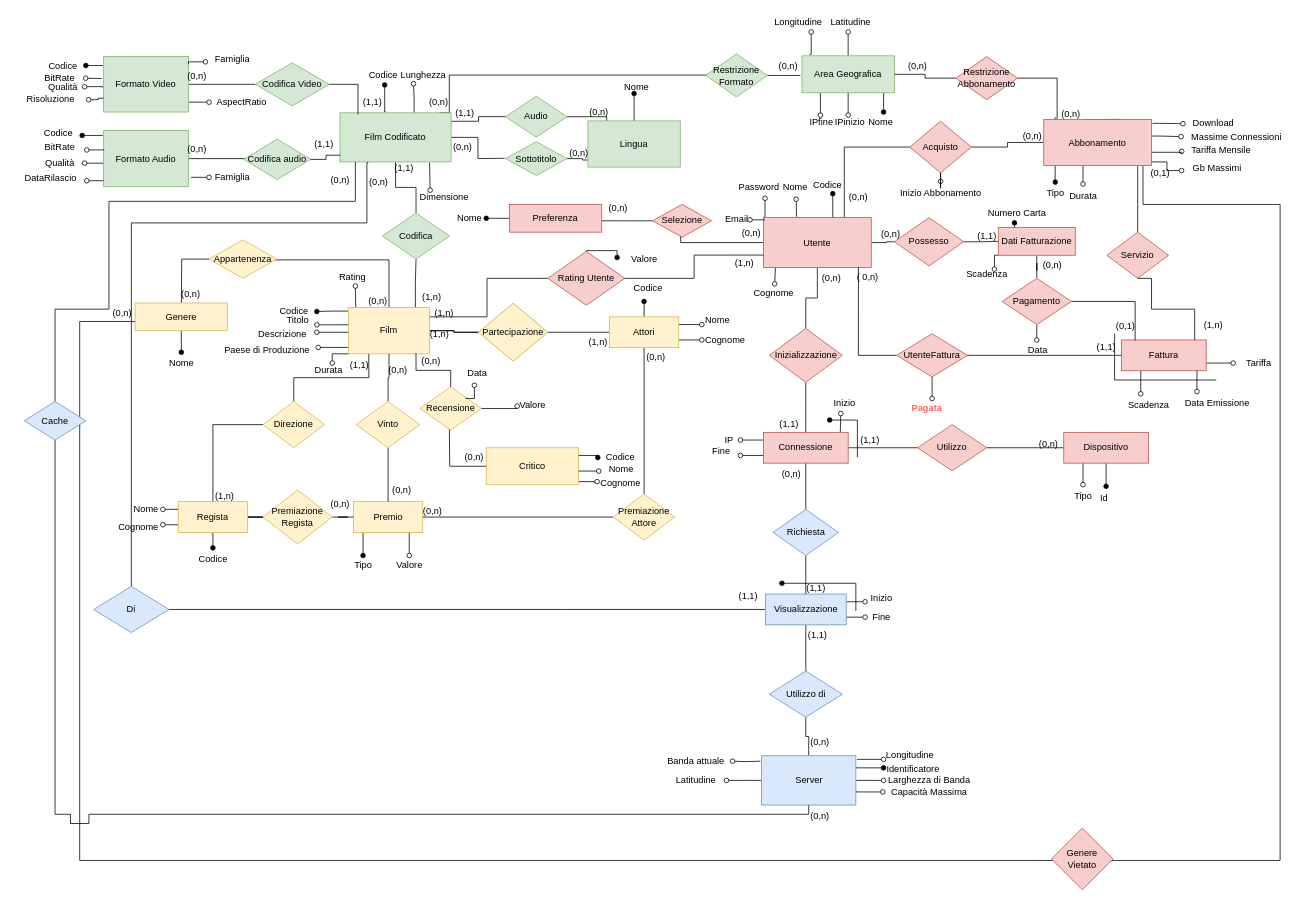
The draw.io diagram ER ristrutturato final(2).drawio in LGranucci/FilmSphere, before the edit. Source tidied: cells renumbered, new cells numbered last; positions are measured from the earlier drawing's top-left corner, leaving out a move shared by most shapes. Both pictures are drawn from the tidied source at 77%, with x=0, y=0 at pixel (13, 13).
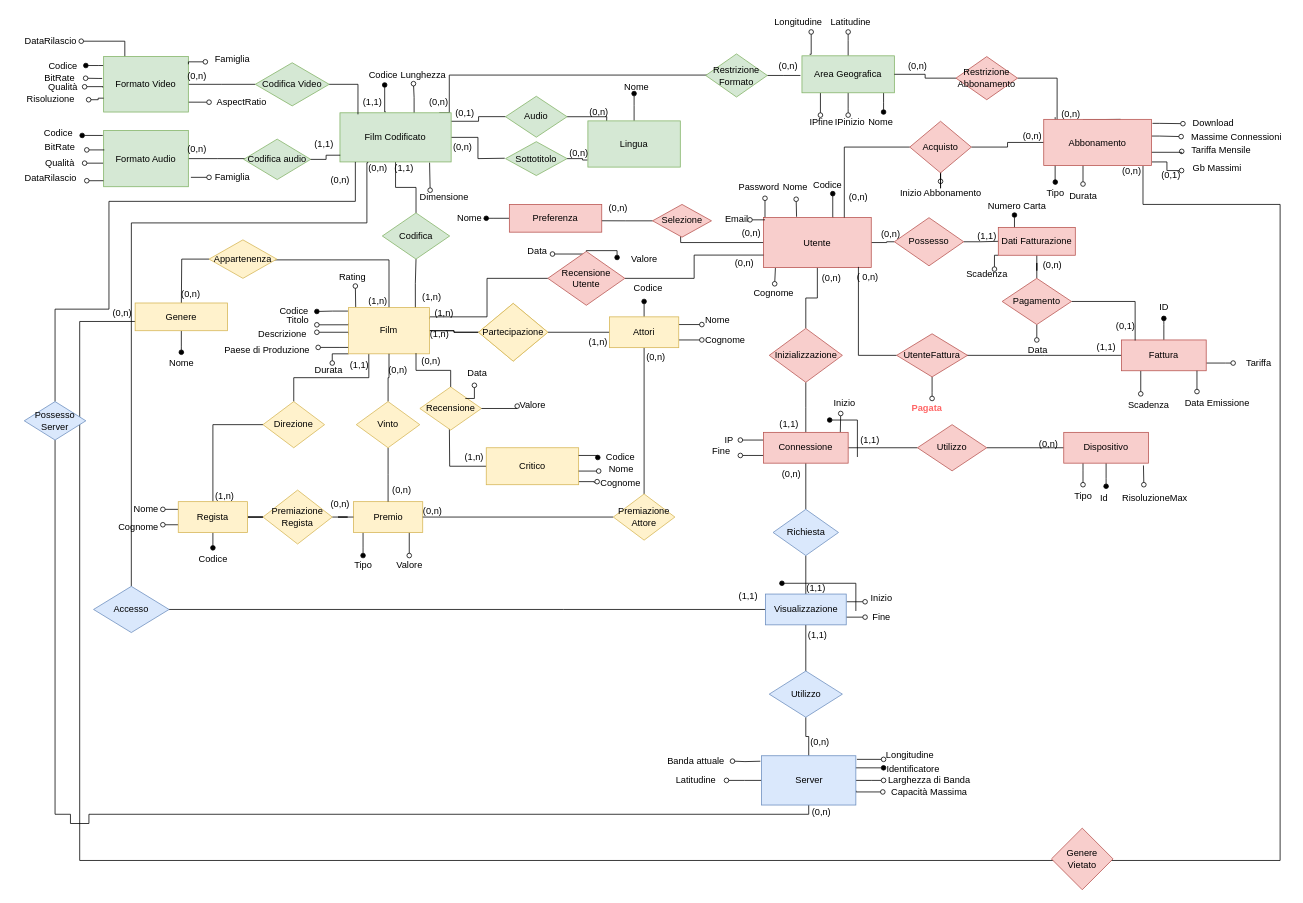
After the change.

Commit message (it also covers changes not shown here):
Few fixes around

The change refers to these unchanged cells:
```xml
<mxCell id="58" value="Formato Video" style="rounded=0;whiteSpace=wrap;html=1;fillColor=#d5e8d4;strokeColor=#82b366;" parent="1" vertex="1">
  <mxGeometry x="117.1" y="56" width="110" height="72" as="geometry" />
</mxCell>
<mxCell id="80" value="Abbonamento" style="rounded=0;whiteSpace=wrap;html=1;fillColor=#f8cecc;strokeColor=#b85450;" parent="1" vertex="1">
  <mxGeometry x="1338" y="137.5" width="140" height="60" as="geometry" />
</mxCell>
<mxCell id="92" value="Fattura" style="rounded=0;whiteSpace=wrap;html=1;fillColor=#f8cecc;strokeColor=#b85450;" parent="1" vertex="1">
  <mxGeometry x="1439" y="424" width="110" height="40" as="geometry" />
</mxCell>
<mxCell id="108" value="Dispositivo" style="rounded=0;whiteSpace=wrap;html=1;fillColor=#f8cecc;strokeColor=#b85450;" parent="1" vertex="1">
  <mxGeometry x="1364" y="544" width="110" height="40" as="geometry" />
</mxCell>
```

Change to the diagram source:
```diff
@@
+    <mxCell id="313" style="edgeStyle=orthogonalEdgeStyle;rounded=0;jettySize=auto;html=1;exitX=0.25;exitY=0;exitDx=0;exitDy=0;endArrow=oval;endFill=0;" parent="1" edge="1" source="58">
+      <mxGeometry relative="1" as="geometry">
+        <mxPoint x="88" y="36" as="targetPoint" />
+        <Array as="points">
+          <mxPoint x="145" y="36" />
+        </Array>
+      </mxGeometry>
+    </mxCell>
@@
+    <mxCell id="314" style="edgeStyle=orthogonalEdgeStyle;rounded=0;jettySize=auto;html=1;exitX=0.454;exitY=0.049;exitDx=0;exitDy=0;exitPerimeter=0;endArrow=oval;endFill=0;" parent="1" edge="1" source="69">
+      <mxGeometry relative="1" as="geometry">
+        <mxPoint x="700" y="312" as="targetPoint" />
+      </mxGeometry>
+    </mxCell>
-    <mxCell id="69" value="Rating Utente" style="rhombus;whiteSpace=wrap;html=1;fillColor=#f8cecc;strokeColor=#b85450;" parent="1" vertex="1">
+    <mxCell id="69" value="Recensione Utente" style="rhombus;whiteSpace=wrap;html=1;fillColor=#f8cecc;strokeColor=#b85450;" parent="1" vertex="1">
       <mxGeometry x="694" y="309" width="100" height="70" as="geometry" />
     </mxCell>
@@
-    <mxCell id="78" style="edgeStyle=orthogonalEdgeStyle;rounded=0;jettySize=auto;html=1;entryX=0.5;entryY=0;entryDx=0;entryDy=0;endArrow=none;endFill=0;" parent="1" edge="1" source="80" target="291">
-      <mxGeometry relative="1" as="geometry">
-        <Array as="points">
-          <mxPoint x="1460" y="224" />
-          <mxPoint x="1460" y="224" />
-        </Array>
-      </mxGeometry>
-    </mxCell>
@@
+    <mxCell id="315" style="edgeStyle=orthogonalEdgeStyle;rounded=0;jettySize=auto;html=1;endArrow=oval;endFill=1;" parent="1" edge="1" source="92">
+      <mxGeometry relative="1" as="geometry">
+        <mxPoint x="1494" y="396" as="targetPoint" />
+      </mxGeometry>
+    </mxCell>
@@
+    <mxCell id="316" style="edgeStyle=orthogonalEdgeStyle;rounded=0;jettySize=auto;html=1;exitX=0.941;exitY=1.075;exitDx=0;exitDy=0;exitPerimeter=0;endArrow=oval;endFill=0;" parent="1" edge="1" source="108">
+      <mxGeometry relative="1" as="geometry">
+        <mxPoint x="1468" y="612" as="targetPoint" />
+      </mxGeometry>
+    </mxCell>
@@
-    <mxCell id="117" value="Di" style="rhombus;whiteSpace=wrap;html=1;fillColor=#dae8fc;strokeColor=#6c8ebf;" parent="1" vertex="1">
+    <mxCell id="117" value="Accesso" style="rhombus;whiteSpace=wrap;html=1;fillColor=#dae8fc;strokeColor=#6c8ebf;" parent="1" vertex="1">
       <mxGeometry x="104" y="744" width="98.1" height="60" as="geometry" />
     </mxCell>
@@
-    <mxCell id="119" value="Utilizzo di" style="rhombus;whiteSpace=wrap;html=1;fillColor=#dae8fc;strokeColor=#6c8ebf;" parent="1" vertex="1">
+    <mxCell id="119" value="Utilizzo" style="rhombus;whiteSpace=wrap;html=1;fillColor=#dae8fc;strokeColor=#6c8ebf;" parent="1" vertex="1">
       <mxGeometry x="981.5" y="854" width="95" height="60" as="geometry" />
     </mxCell>
@@
-    <mxCell id="129" value="Cache" style="rhombus;whiteSpace=wrap;html=1;fillColor=#dae8fc;strokeColor=#6c8ebf;" parent="1" vertex="1">
+    <mxCell id="129" value="Possesso Server" style="rhombus;whiteSpace=wrap;html=1;fillColor=#dae8fc;strokeColor=#6c8ebf;" parent="1" vertex="1">
       <mxGeometry x="14" y="504" width="80" height="50" as="geometry" />
     </mxCell>
@@
-    <mxCell id="142" value="(1,n)" style="text;html=1;align=center;verticalAlign=middle;strokeColor=none;fillColor=none;" parent="1" vertex="1">
-      <mxGeometry x="924" y="309" width="50" height="30" as="geometry" />
+    <mxCell id="142" value="(0,n)" style="text;html=1;align=center;verticalAlign=middle;strokeColor=none;fillColor=none;" parent="1" vertex="1">
+      <mxGeometry x="925" y="312" width="48" height="24" as="geometry" />
     </mxCell>
@@
     <mxCell id="158" value="(0,n)" style="text;html=1;align=center;verticalAlign=middle;strokeColor=none;fillColor=none;" parent="1" vertex="1">
-      <mxGeometry x="1021.5" y="1028" width="50" height="30" as="geometry" />
+      <mxGeometry x="1024" y="1023" width="50" height="30" as="geometry" />
     </mxCell>
     <mxCell id="159" value="(0,n)" style="text;html=1;align=center;verticalAlign=middle;strokeColor=none;fillColor=none;" parent="1" vertex="1">
-      <mxGeometry x="449" y="204" width="50" height="30" as="geometry" />
+      <mxGeometry x="448" y="186" width="50" height="30" as="geometry" />
     </mxCell>
@@
     <mxCell id="192" value="(0,1)" style="text;html=1;align=center;verticalAlign=middle;strokeColor=none;fillColor=none;" parent="1" vertex="1">
-      <mxGeometry x="1464" y="192.5" width="50" height="30" as="geometry" />
+      <mxGeometry x="1478" y="195" width="50" height="30" as="geometry" />
     </mxCell>
@@
     <mxCell id="206" value="Numero Carta" style="text;html=1;align=center;verticalAlign=middle;points=[];strokeColor=none;fillColor=none;" parent="1" vertex="1">
-      <mxGeometry x="1255" y="248" width="96" height="24" as="geometry" />
+      <mxGeometry x="1255" y="237.8" width="96" height="24" as="geometry" />
     </mxCell>
@@
-    <mxCell id="252" value="(1,1)" style="text;html=1;align=center;verticalAlign=middle;strokeColor=none;fillColor=none;" parent="1" vertex="1">
+    <mxCell id="252" value="(0,1)" style="text;html=1;align=center;verticalAlign=middle;strokeColor=none;fillColor=none;" parent="1" vertex="1">
       <mxGeometry x="562" y="117" width="48" height="24" as="geometry" />
     </mxCell>
@@
-    <mxCell id="259" value="(0,n)" style="text;html=1;align=center;verticalAlign=middle;strokeColor=none;fillColor=none;" parent="1" vertex="1">
+    <mxCell id="259" value="(1,n)" style="text;html=1;align=center;verticalAlign=middle;strokeColor=none;fillColor=none;" parent="1" vertex="1">
       <mxGeometry x="573.5" y="564" width="48" height="24" as="geometry" />
     </mxCell>
@@
-    <mxCell id="271" style="edgeStyle=none;orthogonalLoop=1;jettySize=auto;html=1;rounded=0;endArrow=none;endFill=0;" parent="1" edge="1">
-      <mxGeometry relative="1" as="geometry">
-        <mxPoint x="1430" y="416" as="sourcePoint" />
-        <mxPoint x="1562" y="476" as="targetPoint" />
-        <Array as="points">
-          <mxPoint x="1430" y="476" />
-        </Array>
-      </mxGeometry>
-    </mxCell>
@@
-    <mxCell id="278" value="(0,n)" style="text;html=1;align=center;verticalAlign=middle;strokeColor=none;fillColor=none;" parent="1" vertex="1">
+    <mxCell id="278" value="(1,n)" style="text;html=1;align=center;verticalAlign=middle;strokeColor=none;fillColor=none;" parent="1" vertex="1">
       <mxGeometry x="449" y="362" width="48" height="24" as="geometry" />
     </mxCell>
@@
-    <mxCell id="291" value="Servizio" style="rhombus;whiteSpace=wrap;html=1;fillColor=#f8cecc;strokeColor=#b85450;" parent="1" vertex="1">
-      <mxGeometry x="1420" y="284" width="80" height="60" as="geometry" />
-    </mxCell>
-    <mxCell id="292" style="edgeStyle=orthogonalEdgeStyle;rounded=0;jettySize=auto;html=1;entryX=0.864;entryY=-0.001;entryDx=0;entryDy=0;entryPerimeter=0;endArrow=none;endFill=0;exitX=0.5;exitY=1;exitDx=0;exitDy=0;" parent="1" edge="1" source="291" target="92">
-      <mxGeometry relative="1" as="geometry">
-        <Array as="points">
-          <mxPoint x="1478" y="344" />
-          <mxPoint x="1478" y="384" />
-          <mxPoint x="1534" y="384" />
-        </Array>
-      </mxGeometry>
-    </mxCell>
-    <mxCell id="293" value="(1,n)" style="text;html=1;align=center;verticalAlign=middle;strokeColor=none;fillColor=none;" parent="1" vertex="1">
-      <mxGeometry x="1534" y="393" width="48" height="24" as="geometry" />
-    </mxCell>
@@
+    <mxCell id="317" value="ID" style="text;html=1;align=center;verticalAlign=middle;strokeColor=none;fillColor=none;" parent="1" vertex="1">
+      <mxGeometry x="1476" y="370" width="36" height="24" as="geometry" />
+    </mxCell>
+    <mxCell id="318" value="Data" style="text;html=1;align=center;verticalAlign=middle;strokeColor=none;fillColor=none;" parent="1" vertex="1">
+      <mxGeometry x="656" y="297" width="48" height="24" as="geometry" />
+    </mxCell>
+    <mxCell id="319" value="RisoluzioneMax" style="text;html=1;align=center;verticalAlign=middle;strokeColor=none;fillColor=none;" parent="1" vertex="1">
+      <mxGeometry x="1428" y="617" width="108" height="24" as="geometry" />
+    </mxCell>
+    <mxCell id="320" value="DataRilascio" style="text;html=1;align=center;verticalAlign=middle;strokeColor=none;fillColor=none;" parent="1" vertex="1">
+      <mxGeometry y="24" width="96" height="24" as="geometry" />
+    </mxCell>
+    <mxCell id="321" value="(0,n)" style="text;html=1;align=center;verticalAlign=middle;strokeColor=none;fillColor=none;" parent="1" vertex="1">
+      <mxGeometry x="1428" y="193" width="48" height="24" as="geometry" />
+    </mxCell>
```
